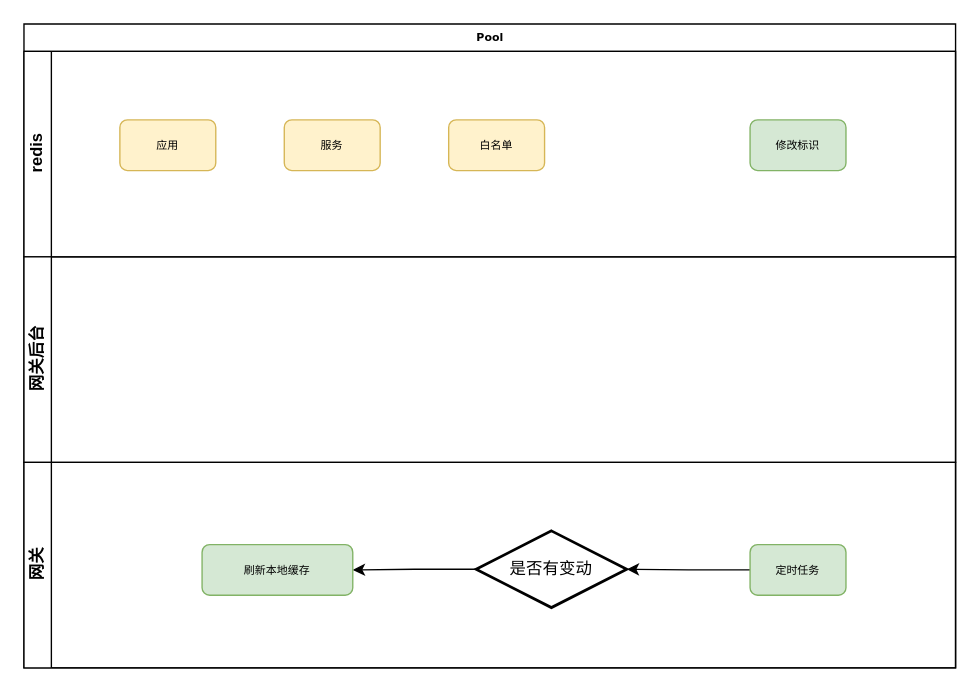
Earlier version of the draw.io diagram 未命名绘图.drawio (liangdengming/diagrams). Source tidied: cells renumbered, new cells numbered last; positions are measured from the earlier drawing's top-left corner, leaving out a move shared by most shapes. Both pictures are drawn from the tidied source at 137%, with x=0, y=0 at pixel (23, 23).
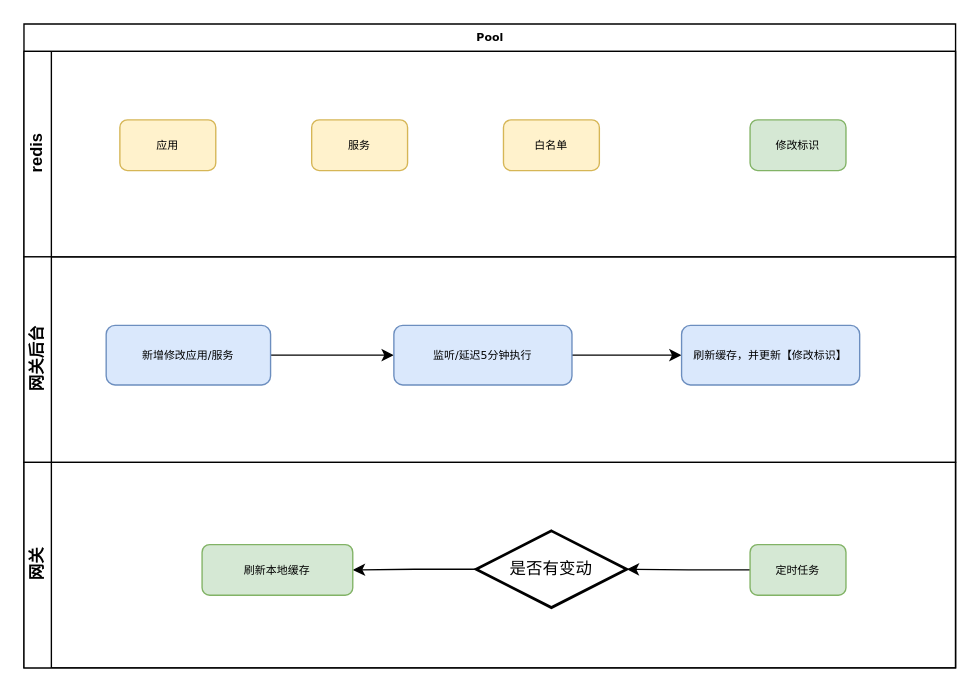
The same diagram, later.

The edit, as a diff of the source:
```diff
@@
 <mxGraphModel>
   <root>
     <mxCell id="0" />
     <mxCell id="1" parent="0" />
     <mxCell id="2" value="Pool" style="swimlane;html=1;horizontal=1;startSize=20;rounded=0;shadow=0;labelBackgroundColor=none;strokeWidth=1;fontFamily=Verdana;fontSize=8;align=center;" parent="1" vertex="1">
       <mxGeometry width="680" height="470" as="geometry" />
     </mxCell>
     <mxCell id="3" value="redis" style="swimlane;html=1;startSize=20;horizontal=0;" parent="2" vertex="1">
       <mxGeometry y="20" width="680" height="150" as="geometry" />
     </mxCell>
     <mxCell id="4" value="服务" style="rounded=1;whiteSpace=wrap;html=1;shadow=0;labelBackgroundColor=none;strokeWidth=1;fontFamily=Verdana;fontSize=8;align=center;fillColor=#fff2cc;strokeColor=#d6b656;" parent="3" vertex="1">
-      <mxGeometry x="190" y="50" width="70" height="37" as="geometry" />
+      <mxGeometry x="210" y="50" width="70" height="37" as="geometry" />
     </mxCell>
     <mxCell id="5" value="应用" style="rounded=1;whiteSpace=wrap;html=1;shadow=0;labelBackgroundColor=none;strokeWidth=1;fontFamily=Verdana;fontSize=8;align=center;fillColor=#fff2cc;strokeColor=#d6b656;" parent="3" vertex="1">
       <mxGeometry x="70" y="50" width="70" height="37" as="geometry" />
     </mxCell>
     <mxCell id="6" value="白名单" style="rounded=1;whiteSpace=wrap;html=1;shadow=0;labelBackgroundColor=none;strokeWidth=1;fontFamily=Verdana;fontSize=8;align=center;fillColor=#fff2cc;strokeColor=#d6b656;" parent="3" vertex="1">
-      <mxGeometry x="310" y="50" width="70" height="37" as="geometry" />
+      <mxGeometry x="350" y="50" width="70" height="37" as="geometry" />
     </mxCell>
     <mxCell id="7" value="修改标识" style="rounded=1;whiteSpace=wrap;html=1;shadow=0;labelBackgroundColor=none;strokeWidth=1;fontFamily=Verdana;fontSize=8;align=center;fillColor=#d5e8d4;strokeColor=#82b366;" parent="3" vertex="1">
       <mxGeometry x="530" y="50" width="70" height="37" as="geometry" />
     </mxCell>
     <mxCell id="8" value="网关后台" style="swimlane;html=1;startSize=20;horizontal=0;" parent="2" vertex="1">
       <mxGeometry y="170" width="680" height="150" as="geometry" />
     </mxCell>
+    <mxCell id="15" style="edgeStyle=orthogonalEdgeStyle;rounded=0;jettySize=auto;html=1;exitX=1;exitY=0.5;exitDx=0;exitDy=0;entryX=0;entryY=0.5;entryDx=0;entryDy=0;" parent="8" edge="1" source="16" target="18">
+      <mxGeometry relative="1" as="geometry" />
+    </mxCell>
+    <mxCell id="16" value="新增修改应用/服务" style="rounded=1;whiteSpace=wrap;html=1;shadow=0;labelBackgroundColor=none;strokeWidth=1;fontFamily=Verdana;fontSize=8;align=center;fillColor=#dae8fc;strokeColor=#6c8ebf;" parent="8" vertex="1">
+      <mxGeometry x="60" y="50" width="120" height="43.5" as="geometry" />
+    </mxCell>
+    <mxCell id="17" style="edgeStyle=orthogonalEdgeStyle;rounded=0;jettySize=auto;html=1;exitX=1;exitY=0.5;exitDx=0;exitDy=0;entryX=0;entryY=0.5;entryDx=0;entryDy=0;" parent="8" edge="1" source="18" target="19">
+      <mxGeometry relative="1" as="geometry" />
+    </mxCell>
+    <mxCell id="18" value="监听/延迟5分钟执行" style="rounded=1;whiteSpace=wrap;html=1;shadow=0;labelBackgroundColor=none;strokeWidth=1;fontFamily=Verdana;fontSize=8;align=center;fillColor=#dae8fc;strokeColor=#6c8ebf;" parent="8" vertex="1">
+      <mxGeometry x="270" y="50" width="130" height="43.5" as="geometry" />
+    </mxCell>
+    <mxCell id="19" value="刷新缓存，并更新【修改标识】" style="rounded=1;whiteSpace=wrap;html=1;shadow=0;labelBackgroundColor=none;strokeWidth=1;fontFamily=Verdana;fontSize=8;align=center;fillColor=#dae8fc;strokeColor=#6c8ebf;" parent="8" vertex="1">
+      <mxGeometry x="480" y="50" width="130" height="43.5" as="geometry" />
+    </mxCell>
     <mxCell id="9" value="网关" style="swimlane;html=1;startSize=20;horizontal=0;" parent="2" vertex="1">
       <mxGeometry y="320" width="680" height="150" as="geometry" />
     </mxCell>
     <mxCell id="10" style="edgeStyle=orthogonalEdgeStyle;rounded=0;jettySize=auto;html=1;exitX=0;exitY=0.5;exitDx=0;exitDy=0;" parent="9" edge="1" source="11" target="13">
       <mxGeometry relative="1" as="geometry" />
     </mxCell>
     <mxCell id="11" value="定时任务" style="rounded=1;whiteSpace=wrap;html=1;shadow=0;labelBackgroundColor=none;strokeWidth=1;fontFamily=Verdana;fontSize=8;align=center;fillColor=#d5e8d4;strokeColor=#82b366;" parent="9" vertex="1">
       <mxGeometry x="530" y="60" width="70" height="37" as="geometry" />
     </mxCell>
     <mxCell id="12" style="edgeStyle=orthogonalEdgeStyle;rounded=0;jettySize=auto;html=1;exitX=0;exitY=0.5;exitDx=0;exitDy=0;exitPerimeter=0;entryX=1;entryY=0.5;entryDx=0;entryDy=0;" parent="9" edge="1" source="13" target="14">
       <mxGeometry relative="1" as="geometry" />
     </mxCell>
     <mxCell id="13" value="是否有变动" style="strokeWidth=2;html=1;shape=mxgraph.flowchart.decision;whiteSpace=wrap;" parent="9" vertex="1">
       <mxGeometry x="330" y="50" width="110" height="56" as="geometry" />
     </mxCell>
     <mxCell id="14" value="刷新本地缓存" style="rounded=1;whiteSpace=wrap;html=1;shadow=0;labelBackgroundColor=none;strokeWidth=1;fontFamily=Verdana;fontSize=8;align=center;fillColor=#d5e8d4;strokeColor=#82b366;" parent="9" vertex="1">
       <mxGeometry x="130" y="60" width="110" height="37" as="geometry" />
     </mxCell>
   </root>
 </mxGraphModel>
```
